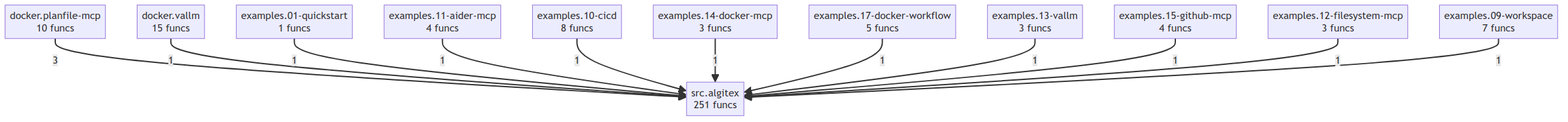
This is project/compact_flow.png from semcod/algitex, a Mermaid export, as it was before one commit. Its source is kept beside it as project/compact_flow.mmd.
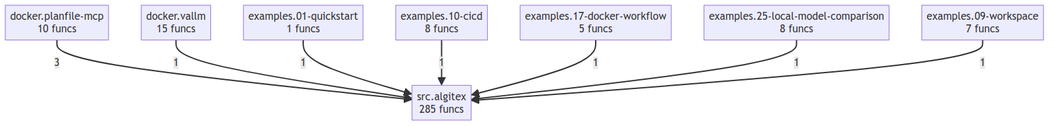
The same file after the commit.

What changed in the source:
```diff
@@ -4,21 +4,13 @@
     examples__01_quickstart["examples.01-quickstart<br/>1 funcs"]
     examples__09_workspace["examples.09-workspace<br/>7 funcs"]
     examples__10_cicd["examples.10-cicd<br/>8 funcs"]
-    examples__11_aider_mcp["examples.11-aider-mcp<br/>4 funcs"]
-    examples__12_filesystem_mcp["examples.12-filesystem-mcp<br/>3 funcs"]
-    examples__13_vallm["examples.13-vallm<br/>3 funcs"]
-    examples__14_docker_mcp["examples.14-docker-mcp<br/>3 funcs"]
-    examples__15_github_mcp["examples.15-github-mcp<br/>4 funcs"]
     examples__17_docker_workflow["examples.17-docker-workflow<br/>5 funcs"]
-    src__algitex["src.algitex<br/>251 funcs"]
+    examples__25_local_model_comparison["examples.25-local-model-comparison<br/>8 funcs"]
+    src__algitex["src.algitex<br/>285 funcs"]
     docker__planfile_mcp -->|3| src__algitex
     docker__vallm -->|1| src__algitex
     examples__01_quickstart -->|1| src__algitex
-    examples__11_aider_mcp -->|1| src__algitex
     examples__10_cicd -->|1| src__algitex
-    examples__14_docker_mcp -->|1| src__algitex
     examples__17_docker_workflow -->|1| src__algitex
-    examples__13_vallm -->|1| src__algitex
-    examples__15_github_mcp -->|1| src__algitex
-    examples__12_filesystem_mcp -->|1| src__algitex
+    examples__25_local_model_comparison -->|1| src__algitex
     examples__09_workspace -->|1| src__algitex
```
